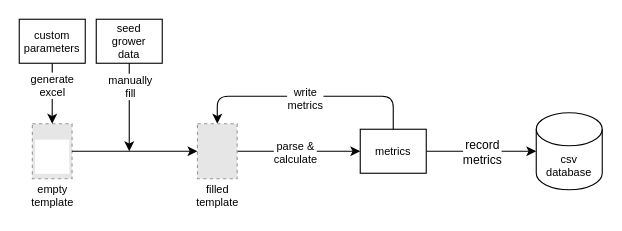
The draw.io diagram org/program summary.drawio in mrbertp/homestead, before the edit. Source tidied: cells renumbered, new cells numbered last; positions are measured from the earlier drawing's top-left corner, leaving out a move shared by most shapes. Both pictures are drawn from the tidied source at 110%, with x=0, y=0 at pixel (19, 19). Pictures stored in the file or linked from it are replaced by grey dashed boxes.
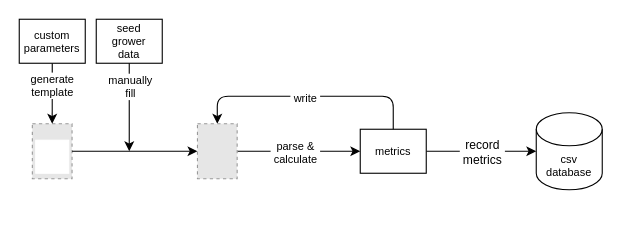
The same diagram, later.

The change refers to these unchanged cells:
```xml
<mxCell id="2" style="edgeStyle=orthogonalEdgeStyle;rounded=0;jettySize=auto;html=1;exitX=1;exitY=0.5;exitDx=0;exitDy=0;entryX=0;entryY=0.5;entryDx=0;entryDy=0;entryPerimeter=0;" parent="1" edge="1" source="4" target="14">
  <mxGeometry relative="1" as="geometry" />
</mxCell>
<mxCell id="5" style="edgeStyle=orthogonalEdgeStyle;rounded=0;jettySize=auto;html=1;startSize=6;exitX=1;exitY=0.5;exitDx=0;exitDy=0;entryX=0;entryY=0.5;entryDx=0;entryDy=0;" parent="1" edge="1" source="19" target="4">
  <mxGeometry relative="1" as="geometry" />
</mxCell>
<mxCell id="8" style="edgeStyle=orthogonalEdgeStyle;rounded=0;jettySize=auto;html=1;exitX=0.5;exitY=1;exitDx=0;exitDy=0;startSize=6;entryX=0.5;entryY=0;entryDx=0;entryDy=0;" parent="1" edge="1" source="10" target="7">
  <mxGeometry relative="1" as="geometry" />
</mxCell>
<mxCell id="17" style="endArrow=classic;html=1;fontSize=10;exitX=0.5;exitY=0;exitDx=0;exitDy=0;entryX=0.5;entryY=0;entryDx=0;entryDy=0;" parent="1" edge="1" source="4" target="19">
  <mxGeometry relative="1" as="geometry">
    <Array as="points">
      <mxPoint x="340" y="70" />
      <mxPoint x="180" y="70" />
    </Array>
  </mxGeometry>
</mxCell>
```

Change to the diagram source:
```diff
@@
-    <mxCell id="3" value="record&lt;br&gt;metrics" style="edgeLabel;html=1;align=center;verticalAlign=middle;" parent="2" vertex="1">
+    <mxCell id="3" value="&amp;nbsp;record&amp;nbsp;&lt;br&gt;&amp;nbsp;metrics&amp;nbsp;" style="edgeLabel;html=1;align=center;verticalAlign=middle;" parent="2" vertex="1">
       <mxGeometry x="0.27" y="-2" relative="1" as="geometry">
         <mxPoint x="-14" y="-2" as="offset" />
       </mxGeometry>
     </mxCell>
@@
-    <mxCell id="6" value="parse &amp;amp;&lt;br&gt;calculate" style="edgeLabel;html=1;align=center;verticalAlign=middle;fontSize=10;" parent="5" vertex="1">
+    <mxCell id="6" value="&amp;nbsp;parse &amp;amp;&amp;nbsp;&lt;br&gt;&amp;nbsp;calculate&amp;nbsp;" style="edgeLabel;html=1;align=center;verticalAlign=middle;fontSize=10;" parent="5" vertex="1">
       <mxGeometry x="0.09" relative="1" as="geometry">
         <mxPoint x="-9" as="offset" />
       </mxGeometry>
     </mxCell>
@@
-    <mxCell id="9" value="generate&lt;br&gt;excel" style="edgeLabel;html=1;align=center;verticalAlign=middle;fontSize=10;" parent="8" vertex="1">
+    <mxCell id="9" value="generate&lt;br&gt;template" style="edgeLabel;html=1;align=center;verticalAlign=middle;fontSize=10;" parent="8" vertex="1">
       <mxGeometry x="-0.22" relative="1" as="geometry">
         <mxPoint y="-1" as="offset" />
       </mxGeometry>
     </mxCell>
@@
-    <mxCell id="18" value="write&lt;br&gt;metrics" style="edgeLabel;html=1;align=center;verticalAlign=middle;fontSize=10;" parent="17" vertex="1">
+    <mxCell id="18" value="&amp;nbsp;write&amp;nbsp;" style="edgeLabel;html=1;align=center;verticalAlign=middle;fontSize=10;" parent="17" vertex="1">
       <mxGeometry x="-0.11" y="1" relative="1" as="geometry">
         <mxPoint x="-15" as="offset" />
       </mxGeometry>
     </mxCell>
@@
-    <mxCell id="20" value="empty&lt;br style=&quot;font-size: 10px;&quot;&gt;template" style="text;html=1;align=center;verticalAlign=middle;strokeColor=none;fillColor=none;fontSize=10;" parent="1" vertex="1">
-      <mxGeometry x="5" y="145" width="50" height="30" as="geometry" />
-    </mxCell>
-    <mxCell id="21" value="filled&lt;br&gt;template" style="text;html=1;align=center;verticalAlign=middle;strokeColor=none;fillColor=none;fontSize=10;" parent="1" vertex="1">
-      <mxGeometry x="155.1" y="145" width="50" height="30" as="geometry" />
-    </mxCell>
```
